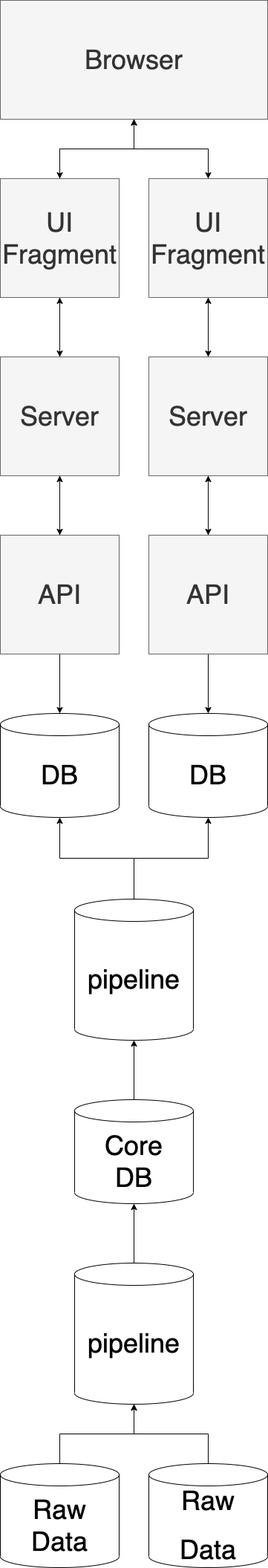
silverbirder/Introduction_to_Micro_Frontends keeps this draw.io diagram as assets/images/drawio/03_history_of_web_system_architecture_5.png. Above is the earlier version. Source tidied: cells renumbered, new cells last; positions are measured from the earlier drawing's top-left corner, leaving out a move shared by most shapes.
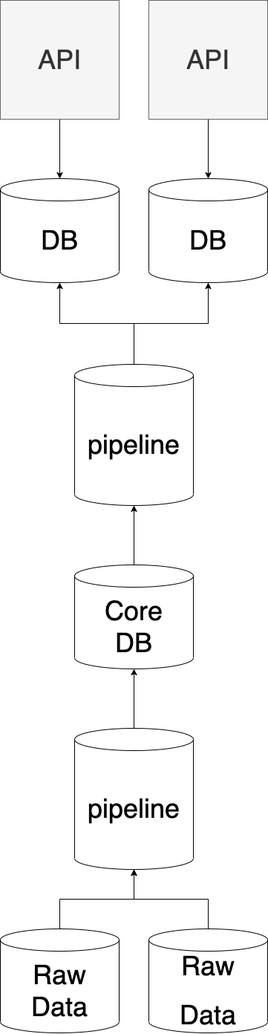
After the change.

Diff of the diagram source:
```diff
@@ -2,69 +2,18 @@
   <root>
     <mxCell id="0" />
     <mxCell id="1" parent="0" />
-    <mxCell id="2" style="edgeStyle=orthogonalEdgeStyle;rounded=0;jettySize=auto;html=1;exitX=0.5;exitY=1;exitDx=0;exitDy=0;" parent="1" edge="1" source="4" target="16">
-      <mxGeometry relative="1" as="geometry" />
-    </mxCell>
-    <mxCell id="3" style="edgeStyle=orthogonalEdgeStyle;rounded=0;jettySize=auto;html=1;" parent="1" edge="1" source="4" target="22">
-      <mxGeometry relative="1" as="geometry" />
-    </mxCell>
-    <mxCell id="4" value="&lt;font style=&quot;font-size: 36px&quot;&gt;Browser&lt;/font&gt;" style="rounded=0;whiteSpace=wrap;html=1;shadow=0;sketch=0;fillColor=#f5f5f5;strokeColor=#666666;fontColor=#333333;" parent="1" vertex="1">
-      <mxGeometry width="360" height="160" as="geometry" />
-    </mxCell>
-    <mxCell id="5" style="edgeStyle=orthogonalEdgeStyle;rounded=0;jettySize=auto;html=1;" parent="1" edge="1" source="7" target="13">
-      <mxGeometry relative="1" as="geometry" />
-    </mxCell>
     <mxCell id="6" style="edgeStyle=orthogonalEdgeStyle;rounded=0;jettySize=auto;html=1;entryX=0.5;entryY=0;entryDx=0;entryDy=0;entryPerimeter=0;" parent="1" edge="1" source="7" target="23">
       <mxGeometry relative="1" as="geometry" />
     </mxCell>
     <mxCell id="7" value="&lt;font style=&quot;font-size: 36px&quot;&gt;API&lt;/font&gt;" style="rounded=0;whiteSpace=wrap;html=1;shadow=0;sketch=0;fillColor=#f5f5f5;strokeColor=#666666;fontColor=#333333;" parent="1" vertex="1">
       <mxGeometry y="720" width="160" height="160" as="geometry" />
     </mxCell>
-    <mxCell id="8" style="edgeStyle=orthogonalEdgeStyle;rounded=0;jettySize=auto;html=1;" parent="1" edge="1" source="10" target="19">
-      <mxGeometry relative="1" as="geometry" />
-    </mxCell>
     <mxCell id="9" style="edgeStyle=orthogonalEdgeStyle;rounded=0;jettySize=auto;html=1;entryX=0.5;entryY=0;entryDx=0;entryDy=0;entryPerimeter=0;" parent="1" edge="1" source="10" target="24">
       <mxGeometry relative="1" as="geometry" />
     </mxCell>
     <mxCell id="10" value="&lt;font style=&quot;font-size: 36px&quot;&gt;API&lt;/font&gt;" style="rounded=0;whiteSpace=wrap;html=1;shadow=0;sketch=0;fillColor=#f5f5f5;strokeColor=#666666;fontColor=#333333;" parent="1" vertex="1">
       <mxGeometry x="200" y="720" width="160" height="160" as="geometry" />
     </mxCell>
-    <mxCell id="11" style="edgeStyle=orthogonalEdgeStyle;rounded=0;jettySize=auto;html=1;" parent="1" edge="1" source="13" target="7">
-      <mxGeometry relative="1" as="geometry" />
-    </mxCell>
-    <mxCell id="12" style="edgeStyle=orthogonalEdgeStyle;rounded=0;jettySize=auto;html=1;" parent="1" edge="1" source="13" target="16">
-      <mxGeometry relative="1" as="geometry" />
-    </mxCell>
-    <mxCell id="13" value="&lt;font style=&quot;font-size: 36px&quot;&gt;Server&lt;/font&gt;" style="rounded=0;whiteSpace=wrap;html=1;shadow=0;sketch=0;fillColor=#f5f5f5;strokeColor=#666666;fontColor=#333333;" parent="1" vertex="1">
-      <mxGeometry y="480" width="160" height="160" as="geometry" />
-    </mxCell>
-    <mxCell id="14" style="edgeStyle=orthogonalEdgeStyle;rounded=0;jettySize=auto;html=1;" parent="1" edge="1" source="16" target="13">
-      <mxGeometry relative="1" as="geometry" />
-    </mxCell>
-    <mxCell id="15" style="edgeStyle=orthogonalEdgeStyle;rounded=0;jettySize=auto;html=1;" parent="1" edge="1" source="16" target="4">
-      <mxGeometry relative="1" as="geometry" />
-    </mxCell>
-    <mxCell id="16" value="&lt;font style=&quot;font-size: 36px&quot;&gt;UI&lt;br&gt;Fragment&lt;br&gt;&lt;/font&gt;" style="rounded=0;whiteSpace=wrap;html=1;shadow=0;sketch=0;fillColor=#f5f5f5;strokeColor=#666666;fontColor=#333333;" parent="1" vertex="1">
-      <mxGeometry y="240" width="160" height="160" as="geometry" />
-    </mxCell>
-    <mxCell id="17" style="edgeStyle=orthogonalEdgeStyle;rounded=0;jettySize=auto;html=1;" parent="1" edge="1" source="19" target="10">
-      <mxGeometry relative="1" as="geometry" />
-    </mxCell>
-    <mxCell id="18" style="edgeStyle=orthogonalEdgeStyle;rounded=0;jettySize=auto;html=1;" parent="1" edge="1" source="19" target="22">
-      <mxGeometry relative="1" as="geometry" />
-    </mxCell>
-    <mxCell id="19" value="&lt;font style=&quot;font-size: 36px&quot;&gt;Server&lt;/font&gt;" style="rounded=0;whiteSpace=wrap;html=1;shadow=0;sketch=0;fillColor=#f5f5f5;strokeColor=#666666;fontColor=#333333;" parent="1" vertex="1">
-      <mxGeometry x="200" y="480" width="160" height="160" as="geometry" />
-    </mxCell>
-    <mxCell id="20" style="edgeStyle=orthogonalEdgeStyle;rounded=0;jettySize=auto;html=1;" parent="1" edge="1" source="22" target="19">
-      <mxGeometry relative="1" as="geometry" />
-    </mxCell>
-    <mxCell id="21" style="edgeStyle=orthogonalEdgeStyle;rounded=0;jettySize=auto;html=1;" parent="1" edge="1" source="22" target="4">
-      <mxGeometry relative="1" as="geometry" />
-    </mxCell>
-    <mxCell id="22" value="&lt;font style=&quot;font-size: 36px&quot;&gt;UI&lt;br&gt;Fragment&lt;br&gt;&lt;/font&gt;" style="rounded=0;whiteSpace=wrap;html=1;shadow=0;sketch=0;fillColor=#f5f5f5;strokeColor=#666666;fontColor=#333333;" parent="1" vertex="1">
-      <mxGeometry x="200" y="240" width="160" height="160" as="geometry" />
-    </mxCell>
     <mxCell id="23" value="&lt;font style=&quot;font-size: 36px&quot;&gt;DB&lt;/font&gt;" style="shape=cylinder3;whiteSpace=wrap;html=1;boundedLbl=1;backgroundOutline=1;size=15;" parent="1" vertex="1">
       <mxGeometry y="960" width="160" height="140" as="geometry" />
     </mxCell>
```
